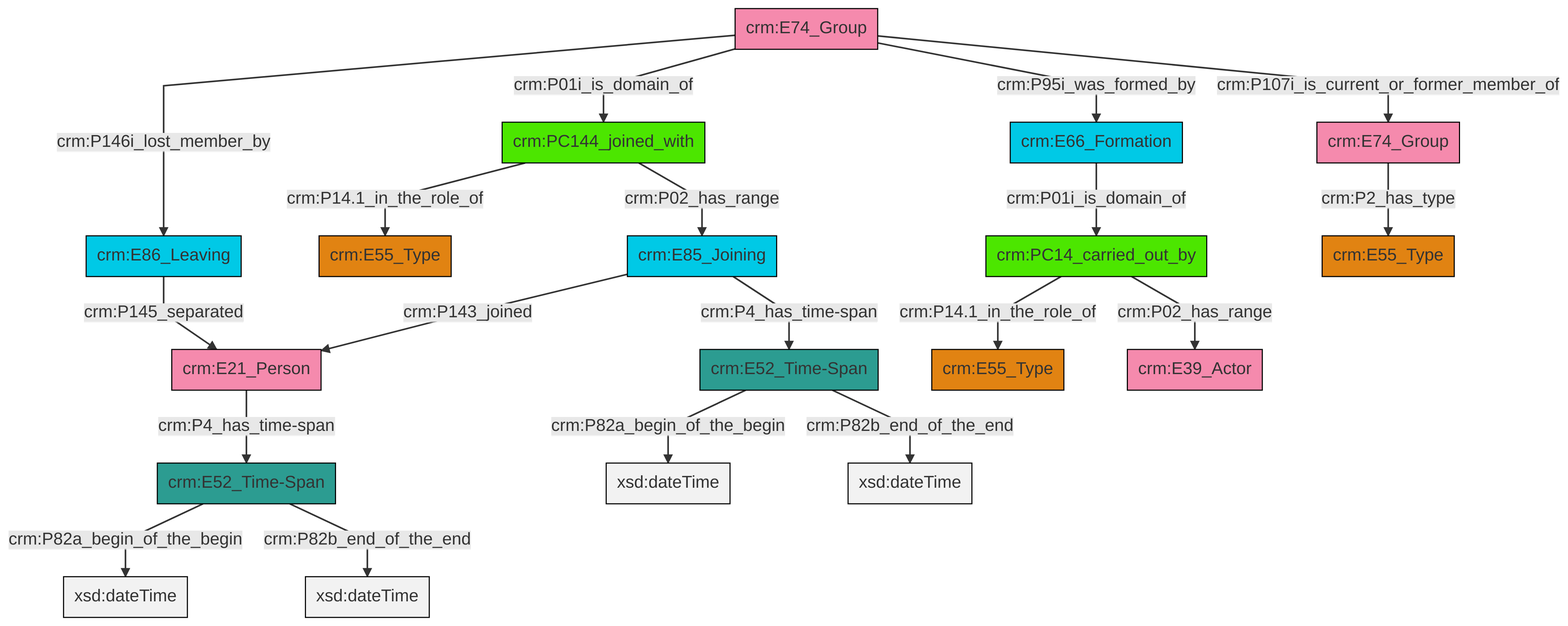
Earlier version of the Mermaid export et/groupCSV/ttl/mmd/png/group_actor_relations.png (swiss-art-research-net/reference-data-models). Its source is kept beside it as et/groupCSV/ttl/mmd/group_actor_relations.ttl.mmd.
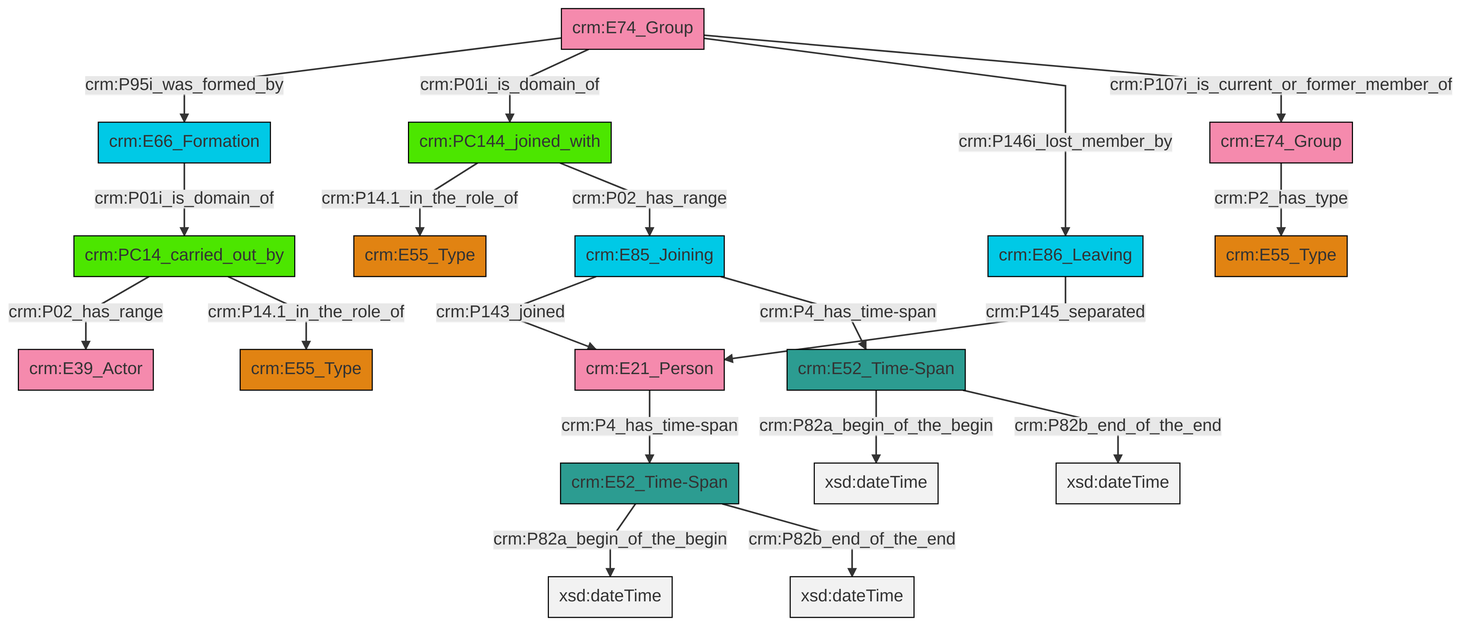
Later version of the same file.

Change to the diagram source:
```diff
@@ -13,21 +13,21 @@
 classDef PC_Classes fill:#4ce600, stroke:#000000;
 classDef Multi fill:#cccccc,stroke:#000000;
 
-0["crm:PC144_joined_with"]:::PC_Classes -->|crm:P14.1_in_the_role_of| 1["crm:E55_Type"]:::Type
-2["crm:E52_Time-Span"]:::Time-Span -->|crm:P82a_begin_of_the_begin| 3[xsd:dateTime]:::Literal
-4["crm:E52_Time-Span"]:::Time-Span -->|crm:P82a_begin_of_the_begin| 5[xsd:dateTime]:::Literal
-7["crm:PC14_carried_out_by"]:::PC_Classes -->|crm:P14.1_in_the_role_of| 8["crm:E55_Type"]:::Type
-10["crm:E66_Formation"]:::Temporal_Entity -->|crm:P01i_is_domain_of| 7["crm:PC14_carried_out_by"]:::PC_Classes
-11["crm:E21_Person"]:::Actor -->|crm:P4_has_time-span| 2["crm:E52_Time-Span"]:::Time-Span
-13["crm:E74_Group"]:::Actor -->|crm:P2_has_type| 14["crm:E55_Type"]:::Type
-16["crm:E74_Group"]:::Actor -->|crm:P146i_lost_member_by| 17["crm:E86_Leaving"]:::Temporal_Entity
-24["crm:E85_Joining"]:::Temporal_Entity -->|crm:P143_joined| 11["crm:E21_Person"]:::Actor
-24["crm:E85_Joining"]:::Temporal_Entity -->|crm:P4_has_time-span| 4["crm:E52_Time-Span"]:::Time-Span
-16["crm:E74_Group"]:::Actor -->|crm:P01i_is_domain_of| 0["crm:PC144_joined_with"]:::PC_Classes
-2["crm:E52_Time-Span"]:::Time-Span -->|crm:P82b_end_of_the_end| 26[xsd:dateTime]:::Literal
-7["crm:PC14_carried_out_by"]:::PC_Classes -->|crm:P02_has_range| 20["crm:E39_Actor"]:::Actor
-4["crm:E52_Time-Span"]:::Time-Span -->|crm:P82b_end_of_the_end| 28[xsd:dateTime]:::Literal
-16["crm:E74_Group"]:::Actor -->|crm:P95i_was_formed_by| 10["crm:E66_Formation"]:::Temporal_Entity
-0["crm:PC144_joined_with"]:::PC_Classes -->|crm:P02_has_range| 24["crm:E85_Joining"]:::Temporal_Entity
-17["crm:E86_Leaving"]:::Temporal_Entity -->|crm:P145_separated| 11["crm:E21_Person"]:::Actor
-16["crm:E74_Group"]:::Actor -->|crm:P107i_is_current_or_former_member_of| 13["crm:E74_Group"]:::Actor
+0["crm:E74_Group"]:::Actor -->|crm:P95i_was_formed_by| 1["crm:E66_Formation"]:::Temporal_Entity
+2["crm:E74_Group"]:::Actor -->|crm:P2_has_type| 3["crm:E55_Type"]:::Type
+5["crm:E52_Time-Span"]:::Time-Span -->|crm:P82a_begin_of_the_begin| 6[xsd:dateTime]:::Literal
+7["crm:PC14_carried_out_by"]:::PC_Classes -->|crm:P02_has_range| 8["crm:E39_Actor"]:::Actor
+5["crm:E52_Time-Span"]:::Time-Span -->|crm:P82b_end_of_the_end| 9[xsd:dateTime]:::Literal
+11["crm:E85_Joining"]:::Temporal_Entity -->|crm:P143_joined| 12["crm:E21_Person"]:::Actor
+1["crm:E66_Formation"]:::Temporal_Entity -->|crm:P01i_is_domain_of| 7["crm:PC14_carried_out_by"]:::PC_Classes
+14["crm:PC144_joined_with"]:::PC_Classes -->|crm:P14.1_in_the_role_of| 15["crm:E55_Type"]:::Type
+0["crm:E74_Group"]:::Actor -->|crm:P01i_is_domain_of| 14["crm:PC144_joined_with"]:::PC_Classes
+0["crm:E74_Group"]:::Actor -->|crm:P146i_lost_member_by| 17["crm:E86_Leaving"]:::Temporal_Entity
+7["crm:PC14_carried_out_by"]:::PC_Classes -->|crm:P14.1_in_the_role_of| 19["crm:E55_Type"]:::Type
+21["crm:E52_Time-Span"]:::Time-Span -->|crm:P82a_begin_of_the_begin| 22[xsd:dateTime]:::Literal
+12["crm:E21_Person"]:::Actor -->|crm:P4_has_time-span| 5["crm:E52_Time-Span"]:::Time-Span
+21["crm:E52_Time-Span"]:::Time-Span -->|crm:P82b_end_of_the_end| 29[xsd:dateTime]:::Literal
+14["crm:PC144_joined_with"]:::PC_Classes -->|crm:P02_has_range| 11["crm:E85_Joining"]:::Temporal_Entity
+0["crm:E74_Group"]:::Actor -->|crm:P107i_is_current_or_former_member_of| 2["crm:E74_Group"]:::Actor
+17["crm:E86_Leaving"]:::Temporal_Entity -->|crm:P145_separated| 12["crm:E21_Person"]:::Actor
+11["crm:E85_Joining"]:::Temporal_Entity -->|crm:P4_has_time-span| 21["crm:E52_Time-Span"]:::Time-Span
```
